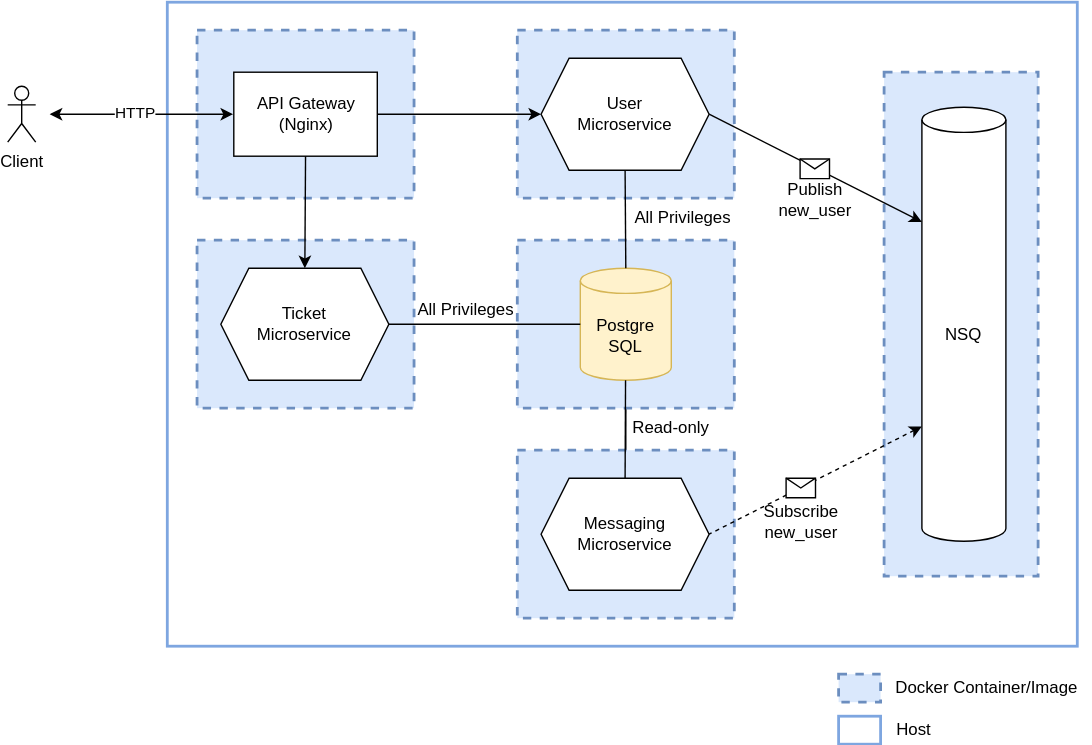
This is microservices.svg from dindasigma/go-microservices, a draw.io export, as it was before one commit. Source tidied: cells renumbered, new cells last; positions are measured from the earlier drawing's top-left corner, leaving out a move shared by most shapes.
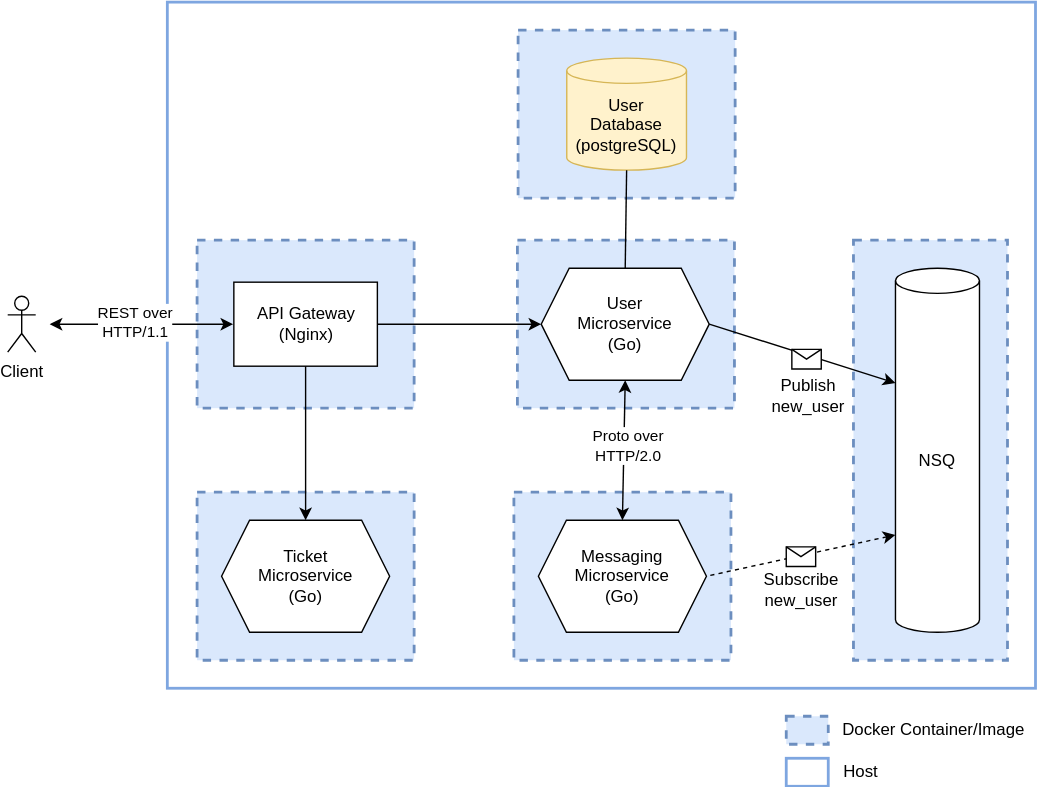
The same diagram one commit later.

Diff of the diagram source:
```diff
@@ -3,80 +3,70 @@
     <mxCell id="0" />
     <mxCell id="1" parent="0" />
     <mxCell id="2" style="rounded=0;whiteSpace=wrap;html=1;strokeColor=#7EA6E0;strokeWidth=2;" parent="1" vertex="1">
-      <mxGeometry x="114" width="650" height="460" as="geometry" />
+      <mxGeometry x="114" y="-150" width="620" height="490" as="geometry" />
     </mxCell>
-    <mxCell id="3" style="edgeStyle=orthogonalEdgeStyle;rounded=0;jettySize=auto;html=1;" parent="1" edge="1" source="4" target="11">
-      <mxGeometry relative="1" as="geometry" />
-    </mxCell>
     <mxCell id="4" style="rounded=0;whiteSpace=wrap;html=1;dashed=1;fillColor=#dae8fc;strokeColor=#6c8ebf;strokeWidth=2;" parent="1" vertex="1">
-      <mxGeometry x="364" y="320" width="155" height="120" as="geometry" />
+      <mxGeometry x="361.5" y="200" width="155" height="120" as="geometry" />
     </mxCell>
     <mxCell id="5" style="rounded=0;whiteSpace=wrap;html=1;dashed=1;fillColor=#dae8fc;strokeColor=#6c8ebf;strokeWidth=2;" parent="1" vertex="1">
-      <mxGeometry x="364" y="170" width="155" height="120" as="geometry" />
+      <mxGeometry x="364.5" y="-130" width="155" height="120" as="geometry" />
     </mxCell>
     <mxCell id="6" style="rounded=0;whiteSpace=wrap;html=1;dashed=1;fillColor=#dae8fc;strokeColor=#6c8ebf;strokeWidth=2;" parent="1" vertex="1">
       <mxGeometry x="364" y="20" width="155" height="120" as="geometry" />
     </mxCell>
     <mxCell id="7" style="rounded=0;whiteSpace=wrap;html=1;dashed=1;fillColor=#dae8fc;strokeColor=#6c8ebf;strokeWidth=2;" parent="1" vertex="1">
-      <mxGeometry x="626" y="50" width="110" height="360" as="geometry" />
+      <mxGeometry x="604" y="20" width="110" height="300" as="geometry" />
     </mxCell>
     <mxCell id="8" value="NSQ" style="shape=cylinder3;whiteSpace=wrap;html=1;boundedLbl=1;backgroundOutline=1;size=9;" parent="1" vertex="1">
-      <mxGeometry x="653" y="75" width="60" height="310" as="geometry" />
+      <mxGeometry x="634" y="40" width="60" height="260" as="geometry" />
     </mxCell>
-    <mxCell id="9" value="User&lt;br&gt;Microservice" style="shape=hexagon;perimeter=hexagonPerimeter2;whiteSpace=wrap;html=1;fixedSize=1;" parent="1" vertex="1">
+    <mxCell id="9" value="User&lt;br&gt;Microservice&lt;br&gt;(Go)" style="shape=hexagon;perimeter=hexagonPerimeter2;whiteSpace=wrap;html=1;fixedSize=1;" parent="1" vertex="1">
       <mxGeometry x="381" y="40" width="120" height="80" as="geometry" />
     </mxCell>
-    <mxCell id="10" value="Messaging&lt;br&gt;Microservice" style="shape=hexagon;perimeter=hexagonPerimeter2;whiteSpace=wrap;html=1;fixedSize=1;" parent="1" vertex="1">
-      <mxGeometry x="381" y="340" width="120" height="80" as="geometry" />
+    <mxCell id="10" value="Messaging&lt;br&gt;Microservice&lt;br&gt;(Go)" style="shape=hexagon;perimeter=hexagonPerimeter2;whiteSpace=wrap;html=1;fixedSize=1;" parent="1" vertex="1">
+      <mxGeometry x="379" y="220" width="120" height="80" as="geometry" />
     </mxCell>
-    <mxCell id="11" value="Postgre&lt;br&gt;SQL" style="shape=cylinder3;whiteSpace=wrap;html=1;boundedLbl=1;backgroundOutline=1;size=9;fillColor=#fff2cc;strokeColor=#d6b656;" parent="1" vertex="1">
-      <mxGeometry x="409" y="190" width="65" height="80" as="geometry" />
+    <mxCell id="11" value="User&lt;br&gt;Database&lt;br&gt;(postgreSQL)" style="shape=cylinder3;whiteSpace=wrap;html=1;boundedLbl=1;backgroundOutline=1;size=9;fillColor=#fff2cc;strokeColor=#d6b656;" parent="1" vertex="1">
+      <mxGeometry x="399.2" y="-110" width="85.5" height="80" as="geometry" />
     </mxCell>
     <mxCell id="12" value="Client" style="shape=umlActor;verticalLabelPosition=bottom;verticalAlign=top;html=1;" parent="1" vertex="1">
       <mxGeometry y="60" width="20" height="40" as="geometry" />
     </mxCell>
-    <mxCell id="13" style="endArrow=none;html=1;exitX=0.5;exitY=0;exitDx=0;exitDy=0;startArrow=none;startFill=0;endFill=0;" parent="1" edge="1" source="10" target="11">
-      <mxGeometry relative="1" as="geometry" />
-    </mxCell>
-    <mxCell id="14" style="endArrow=none;startArrow=none;html=1;entryX=0.5;entryY=1;entryDx=0;entryDy=0;exitX=0.5;exitY=0;exitDx=0;exitDy=0;exitPerimeter=0;startFill=0;endFill=0;" parent="1" edge="1" source="11" target="9">
-      <mxGeometry relative="1" as="geometry" />
+    <mxCell id="14" style="endArrow=none;startArrow=none;html=1;startFill=0;endFill=0;exitX=0.5;exitY=1;exitDx=0;exitDy=0;exitPerimeter=0;" parent="1" edge="1" source="11">
+      <mxGeometry relative="1" as="geometry">
+        <mxPoint x="441" y="40" as="targetPoint" />
+      </mxGeometry>
     </mxCell>
     <mxCell id="15" style="endArrow=classic;html=1;exitX=1;exitY=0.5;exitDx=0;exitDy=0;entryX=0;entryY=0;entryDx=0;entryDy=82;entryPerimeter=0;" parent="1" edge="1" source="9" target="8">
       <mxGeometry relative="1" as="geometry" />
     </mxCell>
     <mxCell id="16" style="shape=message;html=1;whiteSpace=wrap;html=1;fillColor=#ffffff;rotation=0;" parent="1" vertex="1">
-      <mxGeometry x="566" y="112" width="21" height="14" as="geometry" />
+      <mxGeometry x="560" y="98" width="21" height="14" as="geometry" />
     </mxCell>
     <mxCell id="17" value="Publish new_user" style="text;html=1;strokeColor=none;fillColor=none;align=center;verticalAlign=middle;whiteSpace=wrap;rounded=0;rotation=0;" parent="1" vertex="1">
-      <mxGeometry x="550" y="131" width="54" height="20" as="geometry" />
+      <mxGeometry x="545" y="121" width="54" height="20" as="geometry" />
     </mxCell>
-    <mxCell id="18" style="endArrow=none;html=1;exitX=0;exitY=0;exitDx=0;exitDy=228;exitPerimeter=0;entryX=1;entryY=0.5;entryDx=0;entryDy=0;startArrow=classic;startFill=1;endFill=0;dashed=1;" parent="1" edge="1" source="8" target="10">
+    <mxCell id="18" style="endArrow=none;html=1;exitX=0;exitY=0;exitDx=0;exitDy=190.5;exitPerimeter=0;entryX=1;entryY=0.5;entryDx=0;entryDy=0;startArrow=classic;startFill=1;endFill=0;dashed=1;" parent="1" edge="1" source="8" target="10">
       <mxGeometry relative="1" as="geometry" />
     </mxCell>
     <mxCell id="19" style="shape=message;html=1;whiteSpace=wrap;html=1;fillColor=#ffffff;rotation=0;" parent="1" vertex="1">
-      <mxGeometry x="556" y="340" width="21" height="14" as="geometry" />
+      <mxGeometry x="556" y="239" width="21" height="14" as="geometry" />
     </mxCell>
     <mxCell id="20" value="Subscribe new_user" style="text;html=1;strokeColor=none;fillColor=none;align=center;verticalAlign=middle;whiteSpace=wrap;rounded=0;rotation=0;" parent="1" vertex="1">
-      <mxGeometry x="539.5" y="361" width="54" height="20" as="geometry" />
+      <mxGeometry x="539.5" y="260" width="54" height="20" as="geometry" />
     </mxCell>
     <mxCell id="21" style="rounded=0;whiteSpace=wrap;html=1;dashed=1;fillColor=#dae8fc;strokeColor=#6c8ebf;strokeWidth=2;" parent="1" vertex="1">
-      <mxGeometry x="593.5" y="480" width="30" height="20" as="geometry" />
+      <mxGeometry x="556" y="360" width="30" height="20" as="geometry" />
     </mxCell>
     <mxCell id="22" style="rounded=0;whiteSpace=wrap;html=1;strokeColor=#7EA6E0;strokeWidth=2;" parent="1" vertex="1">
-      <mxGeometry x="593.5" y="510" width="30" height="20" as="geometry" />
+      <mxGeometry x="556" y="390" width="30" height="20" as="geometry" />
     </mxCell>
     <mxCell id="23" value="Docker Container/Image" style="text;html=1;align=center;verticalAlign=middle;" parent="1" vertex="1">
-      <mxGeometry x="623.5" y="480" width="150" height="20" as="geometry" />
+      <mxGeometry x="586" y="360" width="150" height="20" as="geometry" />
     </mxCell>
     <mxCell id="24" value="Host" style="text;html=1;align=center;verticalAlign=middle;" parent="1" vertex="1">
-      <mxGeometry x="626.5" y="510" width="40" height="20" as="geometry" />
+      <mxGeometry x="589" y="390" width="40" height="20" as="geometry" />
     </mxCell>
-    <mxCell id="25" value="Read-only" style="text;html=1;strokeColor=none;fillColor=none;align=center;verticalAlign=middle;whiteSpace=wrap;rounded=0;" parent="1" vertex="1">
-      <mxGeometry x="439" y="294" width="70" height="20" as="geometry" />
-    </mxCell>
-    <mxCell id="26" value="All Privileges" style="text;html=1;strokeColor=none;fillColor=none;align=center;verticalAlign=middle;whiteSpace=wrap;rounded=0;" parent="1" vertex="1">
-      <mxGeometry x="440" y="144" width="85" height="20" as="geometry" />
-    </mxCell>
     <mxCell id="27" style="rounded=0;whiteSpace=wrap;html=1;dashed=1;fillColor=#dae8fc;strokeColor=#6c8ebf;strokeWidth=2;" parent="1" vertex="1">
       <mxGeometry x="135.2" y="20" width="155" height="120" as="geometry" />
     </mxCell>
@@ -87,28 +77,28 @@
       <mxGeometry relative="1" as="geometry" />
     </mxCell>
     <mxCell id="30" style="rounded=0;whiteSpace=wrap;html=1;dashed=1;fillColor=#dae8fc;strokeColor=#6c8ebf;strokeWidth=2;" parent="1" vertex="1">
-      <mxGeometry x="135.2" y="170" width="155" height="120" as="geometry" />
+      <mxGeometry x="135.2" y="200" width="155" height="120" as="geometry" />
     </mxCell>
-    <mxCell id="31" value="Ticket&lt;br&gt;Microservice" style="shape=hexagon;perimeter=hexagonPerimeter2;whiteSpace=wrap;html=1;fixedSize=1;" parent="1" vertex="1">
-      <mxGeometry x="152.2" y="190" width="120" height="80" as="geometry" />
+    <mxCell id="31" value="Ticket&lt;br&gt;Microservice&lt;br&gt;(Go)" style="shape=hexagon;perimeter=hexagonPerimeter2;whiteSpace=wrap;html=1;fixedSize=1;" parent="1" vertex="1">
+      <mxGeometry x="152.8" y="220" width="120" height="80" as="geometry" />
     </mxCell>
     <mxCell id="32" style="endArrow=classic;html=1;exitX=0.5;exitY=1;exitDx=0;exitDy=0;entryX=0.5;entryY=0;entryDx=0;entryDy=0;" parent="1" edge="1" source="28" target="31">
       <mxGeometry relative="1" as="geometry" />
     </mxCell>
-    <mxCell id="33" style="endArrow=none;html=1;exitX=1;exitY=0.5;exitDx=0;exitDy=0;entryX=0;entryY=0.5;entryDx=0;entryDy=0;entryPerimeter=0;" parent="1" edge="1" source="31" target="11">
-      <mxGeometry relative="1" as="geometry" />
-    </mxCell>
-    <mxCell id="34" value="All Privileges" style="text;html=1;strokeColor=none;fillColor=none;align=center;verticalAlign=middle;whiteSpace=wrap;rounded=0;" parent="1" vertex="1">
-      <mxGeometry x="285" y="210" width="85" height="20" as="geometry" />
-    </mxCell>
     <mxCell id="35" style="endArrow=classic;html=1;entryX=0;entryY=0.5;entryDx=0;entryDy=0;startArrow=classic;startFill=1;" parent="1" edge="1">
       <mxGeometry relative="1" as="geometry">
         <mxPoint x="30" y="80" as="sourcePoint" />
         <mxPoint x="161" y="80" as="targetPoint" />
       </mxGeometry>
     </mxCell>
-    <mxCell id="36" value="HTTP" style="edgeLabel;html=1;align=center;verticalAlign=middle;" parent="35" vertex="1">
+    <mxCell id="36" value="REST over&lt;br&gt;HTTP/1.1" style="edgeLabel;html=1;align=center;verticalAlign=middle;" parent="35" vertex="1">
       <mxGeometry x="-0.09" y="2" relative="1" as="geometry" />
     </mxCell>
+    <mxCell id="37" style="endArrow=classic;html=1;entryX=0.5;entryY=0;entryDx=0;entryDy=0;startArrow=classic;startFill=1;exitX=0.5;exitY=1;exitDx=0;exitDy=0;" parent="1" edge="1" source="9" target="10">
+      <mxGeometry relative="1" as="geometry" />
+    </mxCell>
+    <mxCell id="38" value="Proto over&lt;br&gt;HTTP/2.0" style="edgeLabel;html=1;align=center;verticalAlign=middle;" parent="37" vertex="1">
+      <mxGeometry x="-0.09" y="2" relative="1" as="geometry" />
+    </mxCell>
   </root>
 </mxGraphModel>
```
